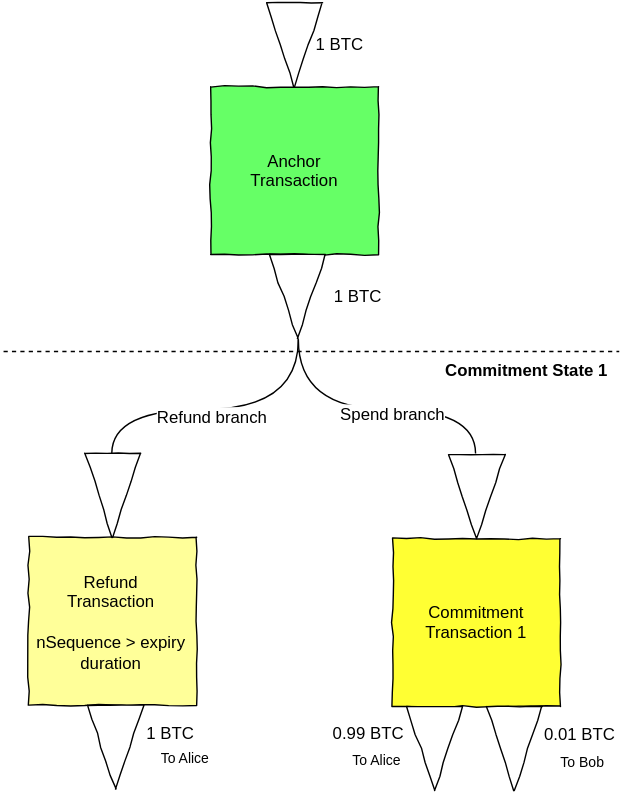
Before: Simple_Channel2.svg, a diagram exported from draw.io (PayChan/bitcoin-payment-channels-taxonomy). Source tidied: cells renumbered, new cells last; positions are measured from the earlier drawing's top-left corner, leaving out a move shared by most shapes.
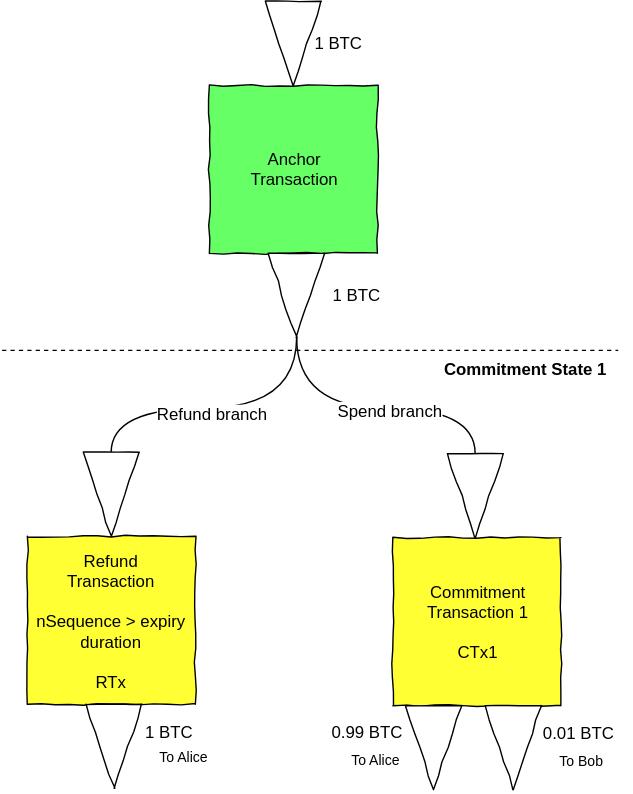
The same file after the commit.

The edit, as a diff of the source:
```diff
@@ -12,7 +12,7 @@
       <mxGeometry x="180" y="180.4" width="60" height="40" as="geometry" />
     </mxCell>
     <mxCell id="5" style="endArrow=none;html=1;edgeStyle=orthogonalEdgeStyle;endFill=0;curved=1;exitX=1;exitY=0.5;entryX=0;entryY=0.5;" parent="1" edge="1" source="4" target="17">
-      <mxGeometry x="676" y="2167.4" as="geometry">
+      <mxGeometry x="708" y="4283.4" as="geometry">
         <Array as="points">
           <mxPoint x="210" y="281" />
           <mxPoint x="337" y="281" />
@@ -25,12 +25,12 @@
       </mxGeometry>
     </mxCell>
     <mxCell id="7" value="Spend branch" style="text;html=1;align=center;verticalAlign=middle;labelBackgroundColor=#ffffff;" parent="1" vertex="1">
-      <mxGeometry x="277.7" y="283" as="geometry">
+      <mxGeometry x="277.3" y="283" as="geometry">
         <mxPoint x="12" y="2" as="offset" />
       </mxGeometry>
     </mxCell>
     <mxCell id="8" style="endArrow=none;html=1;edgeStyle=orthogonalEdgeStyle;endFill=0;curved=1;exitX=1;exitY=0.5;entryX=0;entryY=0.5;" parent="1" edge="1" source="4" target="14">
-      <mxGeometry x="386" y="2177.4" as="geometry">
+      <mxGeometry x="418" y="4293.4" as="geometry">
         <Array as="points">
           <mxPoint x="210" y="281" />
           <mxPoint x="77" y="281" />
@@ -43,7 +43,7 @@
       </mxGeometry>
     </mxCell>
     <mxCell id="10" value="Refund branch" style="text;html=1;align=center;verticalAlign=middle;labelBackgroundColor=#ffffff;" parent="1" vertex="1">
-      <mxGeometry x="148.3" y="285" as="geometry">
+      <mxGeometry x="149.7" y="285" as="geometry">
         <mxPoint x="-4" y="4" as="offset" />
       </mxGeometry>
     </mxCell>
@@ -53,7 +53,7 @@
     <mxCell id="12" value="1 BTC" style="text;html=1;strokeColor=none;fillColor=none;align=center;verticalAlign=middle;whiteSpace=wrap;overflow=hidden;comic=1;" parent="1" vertex="1">
       <mxGeometry x="229" y="180.4" width="48" height="39" as="geometry" />
     </mxCell>
-    <mxCell id="13" value="&lt;span&gt;Refund&lt;/span&gt;&lt;div&gt;Transaction&lt;/div&gt;&lt;div&gt;&lt;br&gt;&lt;/div&gt;&lt;div&gt;nSequence &amp;gt; expiry duration&lt;/div&gt;" style="whiteSpace=wrap;html=1;comic=1;fillColor=#FFFF99;" parent="1" vertex="1">
+    <mxCell id="13" value="&lt;span&gt;Refund&lt;/span&gt;&lt;div&gt;Transaction&lt;/div&gt;&lt;div&gt;&lt;br&gt;&lt;/div&gt;&lt;div&gt;nSequence &amp;gt; expiry duration&lt;/div&gt;&lt;div&gt;&lt;br&gt;&lt;/div&gt;&lt;div&gt;RTx&lt;/div&gt;" style="whiteSpace=wrap;html=1;comic=1;fillColor=#FFFF33;" parent="1" vertex="1">
       <mxGeometry x="18" y="372.4" width="120" height="120" as="geometry" />
     </mxCell>
     <mxCell id="14" style="triangle;whiteSpace=wrap;html=1;comic=1;rotation=90;" parent="1" vertex="1">
@@ -62,8 +62,8 @@
     <mxCell id="15" style="triangle;whiteSpace=wrap;html=1;comic=1;rotation=90;" parent="1" vertex="1">
       <mxGeometry x="50" y="502.4" width="60" height="40" as="geometry" />
     </mxCell>
-    <mxCell id="16" value="Commitment&lt;div&gt;Transaction 1&lt;/div&gt;" style="whiteSpace=wrap;html=1;comic=1;fillColor=#FFFF33;" parent="1" vertex="1">
-      <mxGeometry x="278" y="373.4" width="120" height="120" as="geometry" />
+    <mxCell id="16" value="Commitment&lt;div&gt;Transaction 1&lt;/div&gt;&lt;div&gt;&lt;br&gt;&lt;/div&gt;&lt;div&gt;CTx1&lt;/div&gt;" style="whiteSpace=wrap;html=1;comic=1;fillColor=#FFFF33;" parent="1" vertex="1">
+      <mxGeometry x="279" y="373.4" width="120" height="120" as="geometry" />
     </mxCell>
     <mxCell id="17" style="triangle;whiteSpace=wrap;html=1;comic=1;rotation=90;" parent="1" vertex="1">
       <mxGeometry x="308" y="323.4" width="60" height="40" as="geometry" />
@@ -93,7 +93,7 @@
       <mxGeometry x="384" y="522" width="59" height="20" as="geometry" />
     </mxCell>
     <mxCell id="26" style="endArrow=none;html=1;endFill=0;dashed=1;" parent="1" edge="1">
-      <mxGeometry x="451" y="2166.7" as="geometry">
+      <mxGeometry x="483" y="4282.7" as="geometry">
         <mxPoint y="239.7" as="sourcePoint" />
         <mxPoint x="440" y="239.7" as="targetPoint" />
       </mxGeometry>
```
